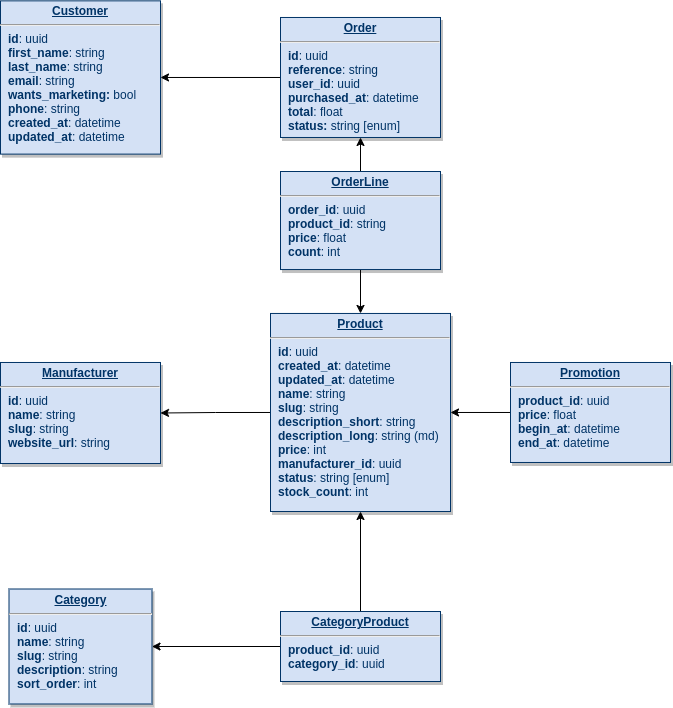
Above: database_model/db.png in JenswBE/bjoetiek-y-backend (draw.io), before the change. Source tidied: cells renumbered, new cells last; positions are measured from the earlier drawing's top-left corner, leaving out a move shared by most shapes.
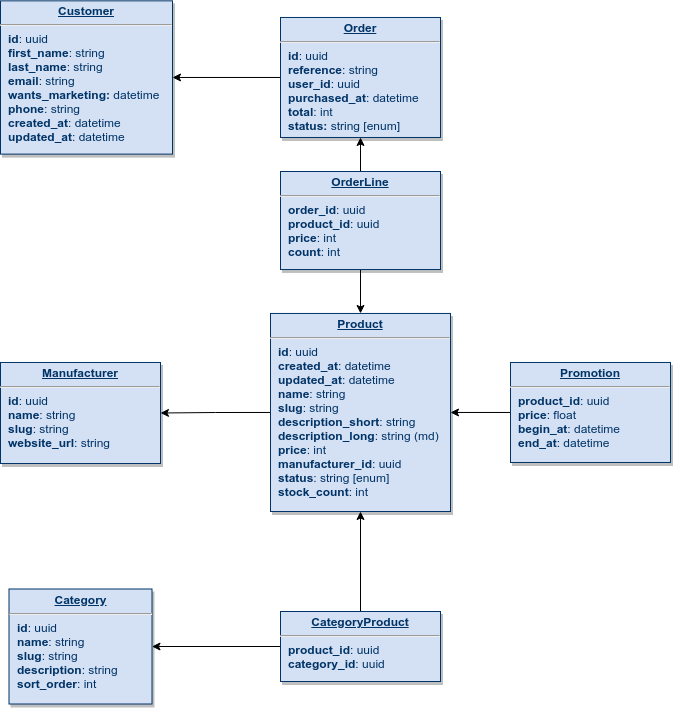
Above is the later version.

Commit message:
Update database scheme

Change to the diagram source:
```diff
@@ -2,8 +2,8 @@
   <root>
     <mxCell id="0" />
     <mxCell id="1" parent="0" />
-    <mxCell id="2" value="&lt;p style=&quot;margin: 0px ; margin-top: 4px ; text-align: center ; text-decoration: underline&quot;&gt;&lt;strong&gt;Customer&lt;/strong&gt;&lt;/p&gt;&lt;hr&gt;&lt;p style=&quot;margin: 0px ; margin-left: 8px&quot;&gt;&lt;b&gt;id&lt;/b&gt;: uuid&lt;/p&gt;&lt;p style=&quot;margin: 0px ; margin-left: 8px&quot;&gt;&lt;b&gt;first_name&lt;/b&gt;: string&lt;/p&gt;&lt;p style=&quot;margin: 0px ; margin-left: 8px&quot;&gt;&lt;b&gt;last_name&lt;/b&gt;: string&lt;/p&gt;&lt;p style=&quot;margin: 0px ; margin-left: 8px&quot;&gt;&lt;b&gt;email&lt;/b&gt;: string&lt;/p&gt;&lt;p style=&quot;margin: 0px ; margin-left: 8px&quot;&gt;&lt;b&gt;wants_marketing: &lt;/b&gt;bool&lt;/p&gt;&lt;p style=&quot;margin: 0px ; margin-left: 8px&quot;&gt;&lt;b&gt;phone&lt;/b&gt;: string&lt;/p&gt;&lt;p style=&quot;margin: 0px ; margin-left: 8px&quot;&gt;&lt;b&gt;created_at&lt;/b&gt;&lt;span&gt;: datetime&lt;/span&gt;&lt;br&gt;&lt;/p&gt;&lt;p style=&quot;margin: 0px ; margin-left: 8px&quot;&gt;&lt;b&gt;updated_at&lt;/b&gt;: datetime&lt;/p&gt;" style="verticalAlign=top;align=left;overflow=fill;fontSize=12;fontFamily=Helvetica;html=1;strokeColor=#003366;shadow=1;fillColor=#D4E1F5;fontColor=#003366;" parent="1" vertex="1">
-      <mxGeometry y="0.4" width="160" height="153.3" as="geometry" />
+    <mxCell id="2" value="&lt;p style=&quot;margin: 0px ; margin-top: 4px ; text-align: center ; text-decoration: underline&quot;&gt;&lt;strong&gt;Customer&lt;/strong&gt;&lt;/p&gt;&lt;hr&gt;&lt;p style=&quot;margin: 0px ; margin-left: 8px&quot;&gt;&lt;b&gt;id&lt;/b&gt;: uuid&lt;/p&gt;&lt;p style=&quot;margin: 0px ; margin-left: 8px&quot;&gt;&lt;b&gt;first_name&lt;/b&gt;: string&lt;/p&gt;&lt;p style=&quot;margin: 0px ; margin-left: 8px&quot;&gt;&lt;b&gt;last_name&lt;/b&gt;: string&lt;/p&gt;&lt;p style=&quot;margin: 0px ; margin-left: 8px&quot;&gt;&lt;b&gt;email&lt;/b&gt;: string&lt;/p&gt;&lt;p style=&quot;margin: 0px ; margin-left: 8px&quot;&gt;&lt;b&gt;wants_marketing: &lt;/b&gt;datetime&lt;/p&gt;&lt;p style=&quot;margin: 0px ; margin-left: 8px&quot;&gt;&lt;b&gt;phone&lt;/b&gt;: string&lt;/p&gt;&lt;p style=&quot;margin: 0px ; margin-left: 8px&quot;&gt;&lt;b&gt;created_at&lt;/b&gt;&lt;span&gt;: datetime&lt;/span&gt;&lt;br&gt;&lt;/p&gt;&lt;p style=&quot;margin: 0px ; margin-left: 8px&quot;&gt;&lt;b&gt;updated_at&lt;/b&gt;: datetime&lt;/p&gt;" style="verticalAlign=top;align=left;overflow=fill;fontSize=12;fontFamily=Helvetica;html=1;strokeColor=#003366;shadow=1;fillColor=#D4E1F5;fontColor=#003366;" parent="1" vertex="1">
+      <mxGeometry y="0.3" width="172" height="153.3" as="geometry" />
     </mxCell>
     <mxCell id="3" style="edgeStyle=orthogonalEdgeStyle;rounded=0;jettySize=auto;html=1;entryX=1;entryY=0.5;entryDx=0;entryDy=0;exitX=0;exitY=0.5;exitDx=0;exitDy=0;" parent="1" edge="1" source="4" target="9">
       <mxGeometry relative="1" as="geometry" />
@@ -29,7 +29,7 @@
     <mxCell id="10" style="edgeStyle=orthogonalEdgeStyle;rounded=0;jettySize=auto;html=1;entryX=1;entryY=0.5;entryDx=0;entryDy=0;" parent="1" edge="1" source="11" target="2">
       <mxGeometry relative="1" as="geometry" />
     </mxCell>
-    <mxCell id="11" value="&lt;p style=&quot;margin: 0px ; margin-top: 4px ; text-align: center ; text-decoration: underline&quot;&gt;&lt;strong&gt;Order&lt;/strong&gt;&lt;/p&gt;&lt;hr&gt;&lt;p style=&quot;margin: 0px ; margin-left: 8px&quot;&gt;&lt;b&gt;id&lt;/b&gt;: uuid&lt;/p&gt;&lt;p style=&quot;margin: 0px ; margin-left: 8px&quot;&gt;&lt;b&gt;reference&lt;/b&gt;: string&lt;/p&gt;&lt;p style=&quot;margin: 0px ; margin-left: 8px&quot;&gt;&lt;b&gt;user_id&lt;/b&gt;: uuid&lt;/p&gt;&lt;p style=&quot;margin: 0px ; margin-left: 8px&quot;&gt;&lt;b&gt;purchased_at&lt;/b&gt;: datetime&lt;/p&gt;&lt;p style=&quot;margin: 0px ; margin-left: 8px&quot;&gt;&lt;b&gt;total&lt;/b&gt;: float&lt;/p&gt;&lt;p style=&quot;margin: 0px ; margin-left: 8px&quot;&gt;&lt;b&gt;status:&lt;/b&gt;&amp;nbsp;string [enum]&lt;/p&gt;" style="verticalAlign=top;align=left;overflow=fill;fontSize=12;fontFamily=Helvetica;html=1;strokeColor=#003366;shadow=1;fillColor=#D4E1F5;fontColor=#003366;" parent="1" vertex="1">
+    <mxCell id="11" value="&lt;p style=&quot;margin: 0px ; margin-top: 4px ; text-align: center ; text-decoration: underline&quot;&gt;&lt;strong&gt;Order&lt;/strong&gt;&lt;/p&gt;&lt;hr&gt;&lt;p style=&quot;margin: 0px ; margin-left: 8px&quot;&gt;&lt;b&gt;id&lt;/b&gt;: uuid&lt;/p&gt;&lt;p style=&quot;margin: 0px ; margin-left: 8px&quot;&gt;&lt;b&gt;reference&lt;/b&gt;: string&lt;/p&gt;&lt;p style=&quot;margin: 0px ; margin-left: 8px&quot;&gt;&lt;b&gt;user_id&lt;/b&gt;: uuid&lt;/p&gt;&lt;p style=&quot;margin: 0px ; margin-left: 8px&quot;&gt;&lt;b&gt;purchased_at&lt;/b&gt;: datetime&lt;/p&gt;&lt;p style=&quot;margin: 0px ; margin-left: 8px&quot;&gt;&lt;b&gt;total&lt;/b&gt;: int&lt;/p&gt;&lt;p style=&quot;margin: 0px ; margin-left: 8px&quot;&gt;&lt;b&gt;status:&lt;/b&gt;&amp;nbsp;string [enum]&lt;/p&gt;" style="verticalAlign=top;align=left;overflow=fill;fontSize=12;fontFamily=Helvetica;html=1;strokeColor=#003366;shadow=1;fillColor=#D4E1F5;fontColor=#003366;" parent="1" vertex="1">
       <mxGeometry x="280" y="17" width="160" height="120" as="geometry" />
     </mxCell>
     <mxCell id="12" style="edgeStyle=orthogonalEdgeStyle;rounded=0;jettySize=auto;html=1;entryX=0.5;entryY=0;entryDx=0;entryDy=0;" parent="1" edge="1" source="14" target="4">
@@ -38,7 +38,7 @@
     <mxCell id="13" style="edgeStyle=orthogonalEdgeStyle;rounded=0;jettySize=auto;html=1;entryX=0.5;entryY=1;entryDx=0;entryDy=0;exitX=0.5;exitY=0;exitDx=0;exitDy=0;" parent="1" edge="1" source="14" target="11">
       <mxGeometry relative="1" as="geometry" />
     </mxCell>
-    <mxCell id="14" value="&lt;p style=&quot;margin: 0px ; margin-top: 4px ; text-align: center ; text-decoration: underline&quot;&gt;&lt;strong&gt;OrderLine&lt;/strong&gt;&lt;/p&gt;&lt;hr&gt;&lt;p style=&quot;margin: 0px ; margin-left: 8px&quot;&gt;&lt;b&gt;order_id&lt;/b&gt;: uuid&lt;/p&gt;&lt;p style=&quot;margin: 0px ; margin-left: 8px&quot;&gt;&lt;b&gt;product_id&lt;/b&gt;: string&lt;/p&gt;&lt;p style=&quot;margin: 0px ; margin-left: 8px&quot;&gt;&lt;b&gt;price&lt;/b&gt;: float&lt;/p&gt;&lt;p style=&quot;margin: 0px ; margin-left: 8px&quot;&gt;&lt;b&gt;count&lt;/b&gt;: int&lt;/p&gt;" style="verticalAlign=top;align=left;overflow=fill;fontSize=12;fontFamily=Helvetica;html=1;strokeColor=#003366;shadow=1;fillColor=#D4E1F5;fontColor=#003366;" parent="1" vertex="1">
+    <mxCell id="14" value="&lt;p style=&quot;margin: 0px ; margin-top: 4px ; text-align: center ; text-decoration: underline&quot;&gt;&lt;strong&gt;OrderLine&lt;/strong&gt;&lt;/p&gt;&lt;hr&gt;&lt;p style=&quot;margin: 0px ; margin-left: 8px&quot;&gt;&lt;b&gt;order_id&lt;/b&gt;: uuid&lt;/p&gt;&lt;p style=&quot;margin: 0px ; margin-left: 8px&quot;&gt;&lt;b&gt;product_id&lt;/b&gt;: uuid&lt;/p&gt;&lt;p style=&quot;margin: 0px ; margin-left: 8px&quot;&gt;&lt;b&gt;price&lt;/b&gt;: int&lt;/p&gt;&lt;p style=&quot;margin: 0px ; margin-left: 8px&quot;&gt;&lt;b&gt;count&lt;/b&gt;: int&lt;/p&gt;" style="verticalAlign=top;align=left;overflow=fill;fontSize=12;fontFamily=Helvetica;html=1;strokeColor=#003366;shadow=1;fillColor=#D4E1F5;fontColor=#003366;" parent="1" vertex="1">
       <mxGeometry x="280" y="171" width="160" height="98" as="geometry" />
     </mxCell>
     <mxCell id="15" style="edgeStyle=orthogonalEdgeStyle;rounded=0;jettySize=auto;html=1;entryX=1;entryY=0.5;entryDx=0;entryDy=0;" parent="1" edge="1" source="16" target="4">
```
